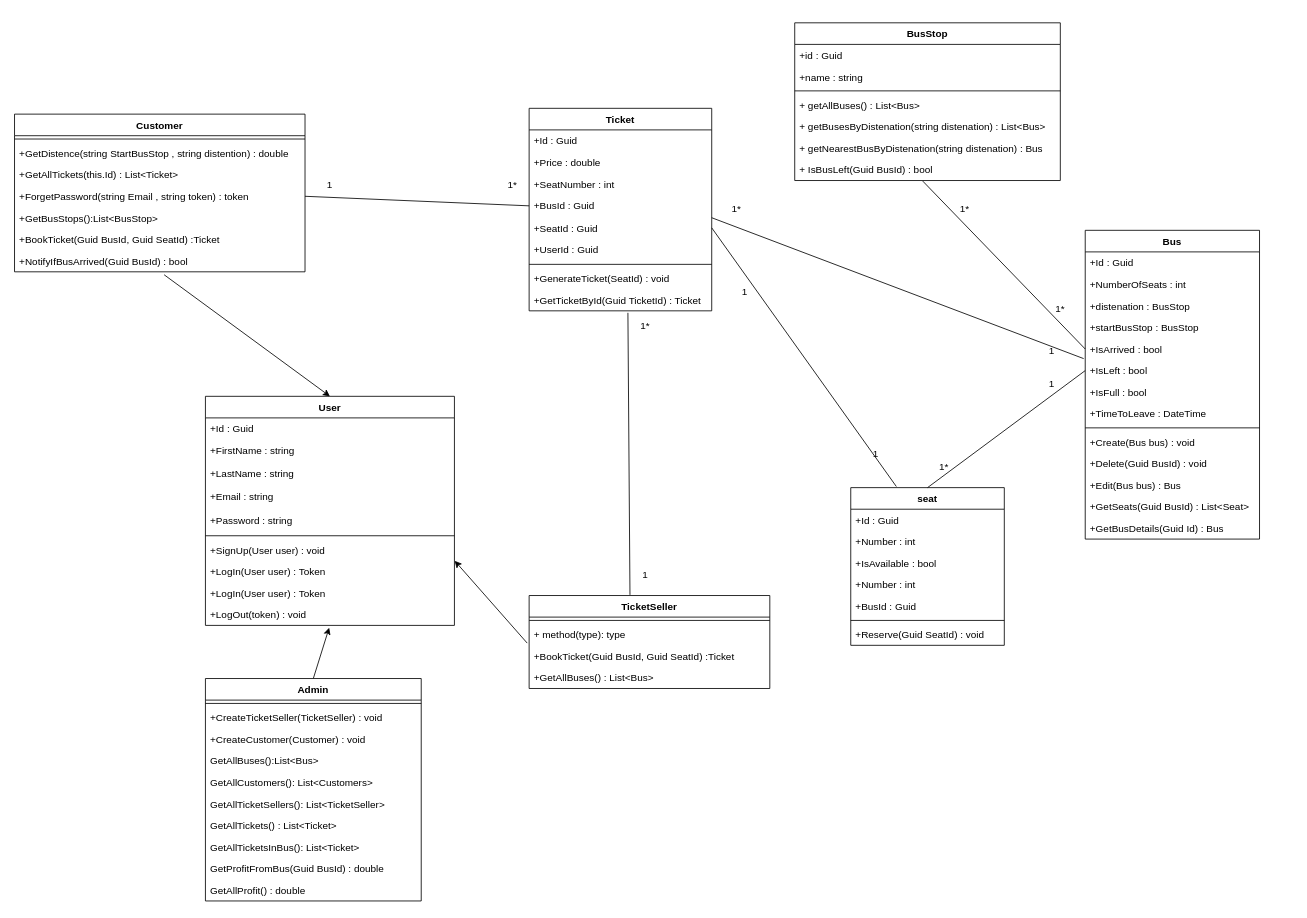
This is classDiagram.drawio from amr1234567/TransportationSystem, a draw.io file, before an edit. Source tidied: cells renumbered, new cells numbered last; positions are measured from the earlier drawing's top-left corner, leaving out a move shared by most shapes. Both pictures are drawn from the tidied source at 83%, with x=0, y=0 at pixel (14, 22).
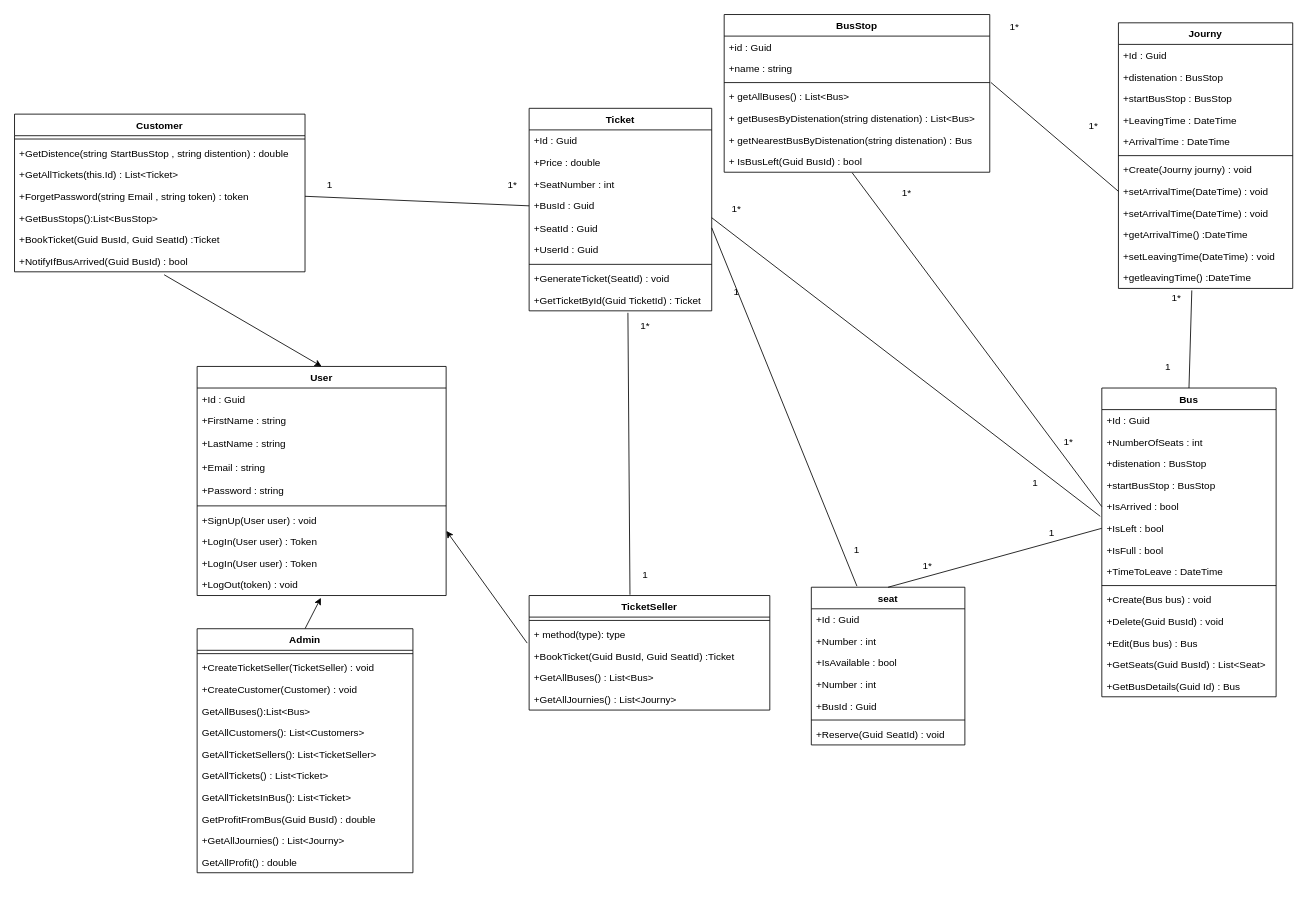
After the change.

The change refers to these unchanged cells:
```xml
<mxCell id="6" value="+ getAllBuses() : List&lt;Bus&gt;" style="text;strokeColor=none;fillColor=none;align=left;verticalAlign=top;spacingLeft=4;spacingRight=4;overflow=hidden;points=[[0,0.5],[1,0.5]];portConstraint=eastwest;" parent="2" vertex="1">
  <mxGeometry y="86" width="320" height="26" as="geometry" />
</mxCell>
```

The edit, as a diff of the source:
```diff
@@
     <mxCell id="2" value="BusStop" style="swimlane;fontStyle=1;align=center;verticalAlign=top;horizontal=1;startSize=26;" parent="1" vertex="1">
-      <mxGeometry x="940" width="320" height="190" as="geometry" />
+      <mxGeometry x="855" y="-10" width="320" height="190" as="geometry" />
     </mxCell>
@@
     <mxCell id="10" value="Bus" style="swimlane;fontStyle=1;align=center;verticalAlign=top;horizontal=1;startSize=26;" parent="1" vertex="1">
-      <mxGeometry x="1290" y="250" width="210" height="372" as="geometry" />
+      <mxGeometry x="1310" y="440" width="210" height="372" as="geometry" />
     </mxCell>
@@
     <mxCell id="35" value="seat" style="swimlane;fontStyle=1;align=center;verticalAlign=top;horizontal=1;startSize=26;" parent="1" vertex="1">
-      <mxGeometry x="1007.5" y="560" width="185" height="190" as="geometry" />
+      <mxGeometry x="960" y="680" width="185" height="190" as="geometry" />
     </mxCell>
@@
     <mxCell id="43" value="User" style="swimlane;fontStyle=1;align=center;verticalAlign=top;horizontal=1;startSize=26;" parent="1" vertex="1">
-      <mxGeometry x="230" y="450" width="300" height="276" as="geometry" />
+      <mxGeometry x="220" y="414" width="300" height="276" as="geometry" />
     </mxCell>
@@
     <mxCell id="55" value="TicketSeller" style="swimlane;fontStyle=1;align=center;verticalAlign=top;horizontal=1;startSize=26;" parent="1" vertex="1">
-      <mxGeometry x="620" y="690" width="290" height="112" as="geometry" />
+      <mxGeometry x="620" y="690" width="290" height="138" as="geometry" />
     </mxCell>
@@
+    <mxCell id="99" value="+GetAllJournies() : List&lt;Journy&gt;" style="text;strokeColor=none;fillColor=none;align=left;verticalAlign=top;spacingLeft=4;spacingRight=4;overflow=hidden;" parent="55" vertex="1">
+      <mxGeometry y="112" width="290" height="26" as="geometry" />
+    </mxCell>
@@
     <mxCell id="61" value="Admin" style="swimlane;fontStyle=1;align=center;verticalAlign=top;horizontal=1;startSize=26;" parent="1" vertex="1">
-      <mxGeometry x="230" y="790" width="260" height="268" as="geometry" />
+      <mxGeometry x="220" y="730" width="260" height="294" as="geometry" />
     </mxCell>
@@
+    <mxCell id="100" value="+GetAllJournies() : List&lt;Journy&gt;" style="text;strokeColor=none;fillColor=none;align=left;verticalAlign=top;spacingLeft=4;spacingRight=4;overflow=hidden;" parent="61" vertex="1">
+      <mxGeometry y="242" width="260" height="26" as="geometry" />
+    </mxCell>
     <mxCell id="71" value="GetAllProfit() : double" style="text;strokeColor=none;fillColor=none;align=left;verticalAlign=top;spacingLeft=4;spacingRight=4;overflow=hidden;" parent="61" vertex="1">
-      <mxGeometry y="242" width="260" height="26" as="geometry" />
+      <mxGeometry y="268" width="260" height="26" as="geometry" />
     </mxCell>
@@
     <mxCell id="85" value="1" style="text;html=1;strokeColor=none;fillColor=none;align=center;verticalAlign=middle;whiteSpace=wrap;rounded=0;" parent="1" vertex="1">
-      <mxGeometry x="850" y="310" width="60" height="30" as="geometry" />
+      <mxGeometry x="840" y="310" width="60" height="30" as="geometry" />
     </mxCell>
     <mxCell id="86" value="1*" style="text;html=1;strokeColor=none;fillColor=none;align=center;verticalAlign=middle;whiteSpace=wrap;rounded=0;" parent="1" vertex="1">
-      <mxGeometry x="1230" y="330" width="60" height="30" as="geometry" />
+      <mxGeometry x="1240" y="490" width="60" height="30" as="geometry" />
     </mxCell>
     <mxCell id="87" value="1" style="text;html=1;strokeColor=none;fillColor=none;align=center;verticalAlign=middle;whiteSpace=wrap;rounded=0;" parent="1" vertex="1">
-      <mxGeometry x="1220" y="380" width="60" height="30" as="geometry" />
+      <mxGeometry x="1200" y="540" width="60" height="30" as="geometry" />
     </mxCell>
@@
     <mxCell id="89" value="1" style="text;html=1;strokeColor=none;fillColor=none;align=center;verticalAlign=middle;whiteSpace=wrap;rounded=0;" parent="1" vertex="1">
-      <mxGeometry x="1220" y="420" width="60" height="30" as="geometry" />
+      <mxGeometry x="1220" y="600" width="60" height="30" as="geometry" />
     </mxCell>
     <mxCell id="90" value="1*" style="text;html=1;strokeColor=none;fillColor=none;align=center;verticalAlign=middle;whiteSpace=wrap;rounded=0;" parent="1" vertex="1">
-      <mxGeometry x="1090" y="520" width="60" height="30" as="geometry" />
+      <mxGeometry x="1070" y="640" width="60" height="30" as="geometry" />
     </mxCell>
     <mxCell id="91" value="1" style="text;html=1;strokeColor=none;fillColor=none;align=center;verticalAlign=middle;whiteSpace=wrap;rounded=0;" parent="1" vertex="1">
-      <mxGeometry x="1007.5" y="505" width="60" height="30" as="geometry" />
+      <mxGeometry x="985" y="620" width="60" height="30" as="geometry" />
     </mxCell>
     <mxCell id="92" value="1*" style="text;html=1;strokeColor=none;fillColor=none;align=center;verticalAlign=middle;whiteSpace=wrap;rounded=0;" parent="1" vertex="1">
-      <mxGeometry x="1115" y="210" width="60" height="30" as="geometry" />
+      <mxGeometry x="1045" y="190" width="60" height="30" as="geometry" />
     </mxCell>
@@
+    <mxCell id="101" value="Journy" style="swimlane;fontStyle=1;align=center;verticalAlign=top;horizontal=1;startSize=26;" parent="1" vertex="1">
+      <mxGeometry x="1330" width="210" height="320" as="geometry" />
+    </mxCell>
+    <mxCell id="102" value="+Id : Guid" style="text;strokeColor=none;fillColor=none;align=left;verticalAlign=top;spacingLeft=4;spacingRight=4;overflow=hidden;" parent="101" vertex="1">
+      <mxGeometry y="26" width="210" height="26" as="geometry" />
+    </mxCell>
+    <mxCell id="103" value="+distenation : BusStop" style="text;strokeColor=none;fillColor=none;align=left;verticalAlign=top;spacingLeft=4;spacingRight=4;overflow=hidden;" parent="101" vertex="1">
+      <mxGeometry y="52" width="210" height="26" as="geometry" />
+    </mxCell>
+    <mxCell id="104" value="+startBusStop : BusStop" style="text;strokeColor=none;fillColor=none;align=left;verticalAlign=top;spacingLeft=4;spacingRight=4;overflow=hidden;" parent="101" vertex="1">
+      <mxGeometry y="78" width="210" height="26" as="geometry" />
+    </mxCell>
+    <mxCell id="105" value="+LeavingTime : DateTime" style="text;strokeColor=none;fillColor=none;align=left;verticalAlign=top;spacingLeft=4;spacingRight=4;overflow=hidden;" parent="101" vertex="1">
+      <mxGeometry y="104" width="210" height="26" as="geometry" />
+    </mxCell>
+    <mxCell id="106" value="+ArrivalTime : DateTime" style="text;strokeColor=none;fillColor=none;align=left;verticalAlign=top;spacingLeft=4;spacingRight=4;overflow=hidden;" parent="101" vertex="1">
+      <mxGeometry y="130" width="210" height="26" as="geometry" />
+    </mxCell>
+    <mxCell id="107" style="line;strokeWidth=1;fillColor=none;align=left;verticalAlign=middle;spacingTop=-1;spacingLeft=3;spacingRight=3;labelPosition=right;strokeColor=inherit;" parent="101" vertex="1">
+      <mxGeometry y="156" width="210" height="8" as="geometry" />
+    </mxCell>
+    <mxCell id="108" value="+Create(Journy journy) : void" style="text;strokeColor=none;fillColor=none;align=left;verticalAlign=top;spacingLeft=4;spacingRight=4;overflow=hidden;" parent="101" vertex="1">
+      <mxGeometry y="164" width="210" height="26" as="geometry" />
+    </mxCell>
+    <mxCell id="109" value="+setArrivalTime(DateTime) : void" style="text;strokeColor=none;fillColor=none;align=left;verticalAlign=top;spacingLeft=4;spacingRight=4;overflow=hidden;points=[[0,0.5],[1,0.5]];portConstraint=eastwest;" parent="101" vertex="1">
+      <mxGeometry y="190" width="210" height="26" as="geometry" />
+    </mxCell>
+    <mxCell id="110" value="+setArrivalTime(DateTime) : void" style="text;strokeColor=none;fillColor=none;align=left;verticalAlign=top;spacingLeft=4;spacingRight=4;overflow=hidden;" parent="101" vertex="1">
+      <mxGeometry y="216" width="210" height="26" as="geometry" />
+    </mxCell>
+    <mxCell id="111" value="+getArrivalTime() :DateTime" style="text;strokeColor=none;fillColor=none;align=left;verticalAlign=top;spacingLeft=4;spacingRight=4;overflow=hidden;" parent="101" vertex="1">
+      <mxGeometry y="242" width="210" height="26" as="geometry" />
+    </mxCell>
+    <mxCell id="112" value="+setLeavingTime(DateTime) : void" style="text;strokeColor=none;fillColor=none;align=left;verticalAlign=top;spacingLeft=4;spacingRight=4;overflow=hidden;" parent="101" vertex="1">
+      <mxGeometry y="268" width="210" height="26" as="geometry" />
+    </mxCell>
+    <mxCell id="113" value="+getleavingTime() :DateTime" style="text;strokeColor=none;fillColor=none;align=left;verticalAlign=top;spacingLeft=4;spacingRight=4;overflow=hidden;points=[[0,0.5],[1,0.5]];portConstraint=eastwest;" parent="101" vertex="1">
+      <mxGeometry y="294" width="210" height="26" as="geometry" />
+    </mxCell>
+    <mxCell id="114" style="endArrow=none;html=1;entryX=0.421;entryY=1.092;entryDx=0;entryDy=0;entryPerimeter=0;exitX=0.5;exitY=0;exitDx=0;exitDy=0;" parent="1" edge="1" source="10" target="113">
+      <mxGeometry relative="1" as="geometry" />
+    </mxCell>
+    <mxCell id="115" style="endArrow=none;html=1;entryX=0;entryY=0.5;entryDx=0;entryDy=0;exitX=1.004;exitY=-0.162;exitDx=0;exitDy=0;exitPerimeter=0;" parent="1" edge="1" source="6" target="109">
+      <mxGeometry relative="1" as="geometry" />
+    </mxCell>
+    <mxCell id="116" value="1*" style="text;html=1;strokeColor=none;fillColor=none;align=center;verticalAlign=middle;whiteSpace=wrap;rounded=0;" parent="1" vertex="1">
+      <mxGeometry x="1175" y="-10" width="60" height="30" as="geometry" />
+    </mxCell>
+    <mxCell id="117" value="1*" style="text;html=1;strokeColor=none;fillColor=none;align=center;verticalAlign=middle;whiteSpace=wrap;rounded=0;" parent="1" vertex="1">
+      <mxGeometry x="1270" y="110" width="60" height="30" as="geometry" />
+    </mxCell>
+    <mxCell id="118" value="1*" style="text;html=1;strokeColor=none;fillColor=none;align=center;verticalAlign=middle;whiteSpace=wrap;rounded=0;" parent="1" vertex="1">
+      <mxGeometry x="1370" y="317" width="60" height="30" as="geometry" />
+    </mxCell>
+    <mxCell id="119" value="1" style="text;html=1;strokeColor=none;fillColor=none;align=center;verticalAlign=middle;whiteSpace=wrap;rounded=0;" parent="1" vertex="1">
+      <mxGeometry x="1360" y="400" width="60" height="30" as="geometry" />
+    </mxCell>
```
